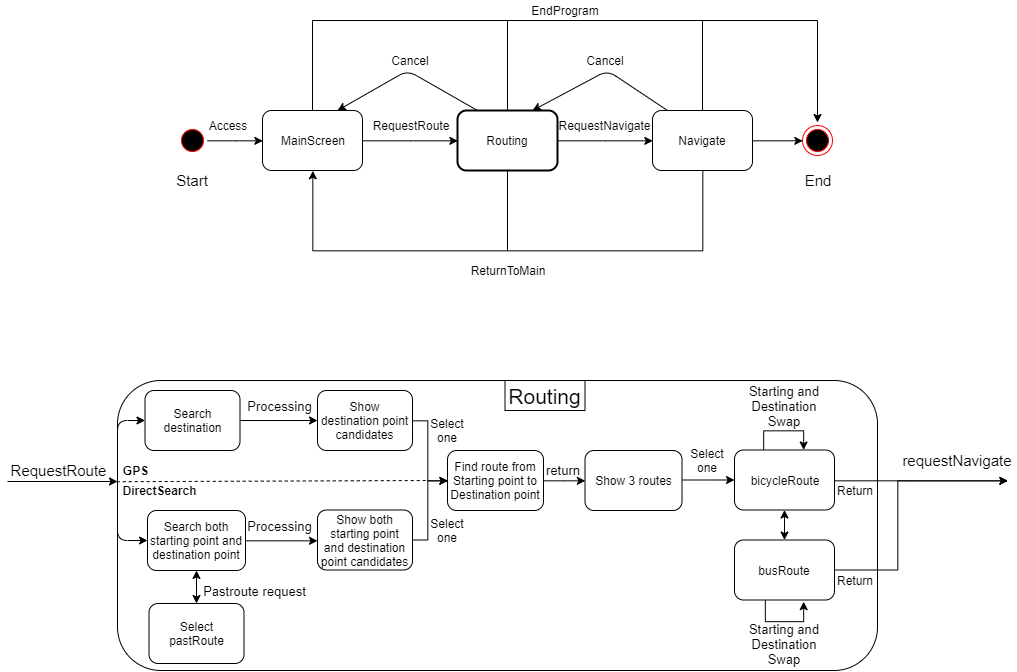
The draw.io diagram 2nd_homework/state_diagram/state_diagram.png in chisacam/CWNU19SE_2B, before a commit. Source tidied: cells renumbered, new cells last; positions are measured from the earlier drawing's top-left corner, leaving out a move shared by most shapes.
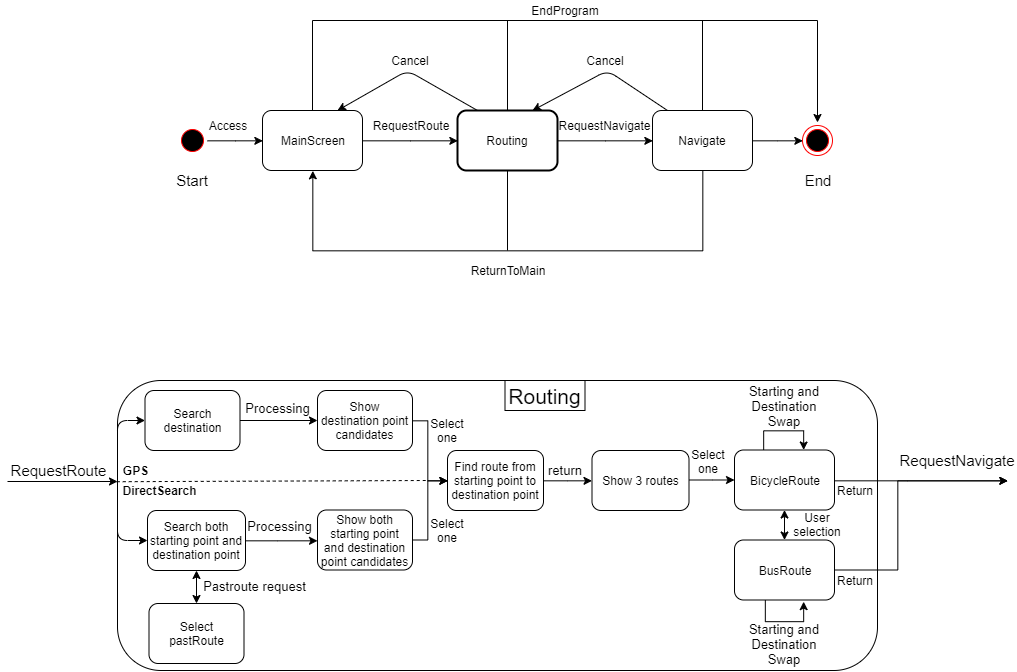
After the commit.

What changed in the source:
```diff
@@ -55,7 +55,7 @@
     <mxCell id="16" style="edgeStyle=orthogonalEdgeStyle;rounded=0;jettySize=auto;html=1;entryX=0;entryY=0.5;entryDx=0;entryDy=0;" parent="1" edge="1" source="17" target="59">
       <mxGeometry relative="1" as="geometry" />
     </mxCell>
-    <mxCell id="17" value="Find route from Starting point to Destination point" style="rounded=1;whiteSpace=wrap;html=1;" parent="1" vertex="1">
+    <mxCell id="17" value="Find route from starting point to destination point" style="rounded=1;whiteSpace=wrap;html=1;" parent="1" vertex="1">
       <mxGeometry x="440" y="450" width="96" height="60" as="geometry" />
     </mxCell>
     <mxCell id="18" style="edgeStyle=orthogonalEdgeStyle;rounded=0;jettySize=auto;html=1;fontSize=12;" parent="1" edge="1" source="19" target="65">
@@ -154,7 +154,7 @@
         </Array>
       </mxGeometry>
     </mxCell>
-    <mxCell id="37" value="bicycleRoute" style="rounded=1;whiteSpace=wrap;html=1;" parent="1" vertex="1">
+    <mxCell id="37" value="BicycleRoute" style="rounded=1;whiteSpace=wrap;html=1;" parent="1" vertex="1">
       <mxGeometry x="727" y="449.5" width="100" height="60" as="geometry" />
     </mxCell>
     <mxCell id="38" style="edgeStyle=orthogonalEdgeStyle;rounded=0;jettySize=auto;html=1;fontSize=15;exitX=1;exitY=0.5;exitDx=0;exitDy=0;" parent="1" edge="1" source="39">
@@ -166,16 +166,16 @@
         </Array>
       </mxGeometry>
     </mxCell>
-    <mxCell id="39" value="busRoute" style="rounded=1;whiteSpace=wrap;html=1;" parent="1" vertex="1">
+    <mxCell id="39" value="BusRoute" style="rounded=1;whiteSpace=wrap;html=1;" parent="1" vertex="1">
       <mxGeometry x="727" y="539.5" width="100" height="60" as="geometry" />
     </mxCell>
     <mxCell id="40" style="endArrow=classic;startArrow=classic;html=1;fontSize=15;entryX=0.5;entryY=1;entryDx=0;entryDy=0;exitX=0.5;exitY=0;exitDx=0;exitDy=0;" parent="1" edge="1" source="39" target="37">
       <mxGeometry relative="1" as="geometry" />
     </mxCell>
     <mxCell id="41" value="Select one" style="text;html=1;strokeColor=none;fillColor=none;align=center;verticalAlign=middle;whiteSpace=wrap;rounded=0;fontSize=12;direction=south;" parent="1" vertex="1">
-      <mxGeometry x="690" y="440" width="20" height="40" as="geometry" />
+      <mxGeometry x="691" y="441" width="20" height="40" as="geometry" />
     </mxCell>
-    <mxCell id="42" value="requestNavigate" style="text;html=1;strokeColor=none;fillColor=none;align=center;verticalAlign=middle;whiteSpace=wrap;rounded=0;fontSize=15;" parent="1" vertex="1">
+    <mxCell id="42" value="RequestNavigate" style="text;html=1;strokeColor=none;fillColor=none;align=center;verticalAlign=middle;whiteSpace=wrap;rounded=0;fontSize=15;" parent="1" vertex="1">
       <mxGeometry x="930" y="449.5" width="40" height="20" as="geometry" />
     </mxCell>
     <mxCell id="43" value="RequestRoute" style="text;html=1;strokeColor=none;fillColor=none;align=center;verticalAlign=middle;whiteSpace=wrap;rounded=0;fontSize=15;" parent="1" vertex="1">
@@ -200,10 +200,10 @@
       <mxGeometry x="420" y="420" width="40" height="20" as="geometry" />
     </mxCell>
     <mxCell id="50" value="return&lt;span style=&quot;font-family: &amp;#34;helvetica&amp;#34; , &amp;#34;arial&amp;#34; , sans-serif ; font-size: 0px ; white-space: nowrap&quot;&gt;%3CmxGraphModel%3E%3Croot%3E%3CmxCell%20id%3D%220%22%2F%3E%3CmxCell%20id%3D%221%22%20parent%3D%220%22%2F%3E%3CmxCell%20id%3D%222%22%20value%3D%22selectDstn()%22%20style%3D%22rounded%3D1%3BwhiteSpace%3Dwrap%3Bhtml%3D1%3B%22%20vertex%3D%221%22%20parent%3D%221%22%3E%3CmxGeometry%20x%3D%22160%22%20y%3D%22669.5%22%20width%3D%22100%22%20height%3D%2260%22%20as%3D%22geometry%22%2F%3E%3C%2FmxCell%3E%3C%2Froot%3E%3C%2FmxGraphModel%3E&lt;/span&gt;" style="text;html=1;strokeColor=none;fillColor=none;align=center;verticalAlign=middle;whiteSpace=wrap;rounded=0;fontSize=13;" parent="1" vertex="1">
-      <mxGeometry x="536" y="459.5" width="40" height="20" as="geometry" />
+      <mxGeometry x="538" y="459.5" width="40" height="20" as="geometry" />
     </mxCell>
     <mxCell id="51" value="Pastroute request" style="text;html=1;strokeColor=none;fillColor=none;align=center;verticalAlign=middle;whiteSpace=wrap;rounded=0;fontSize=13;" parent="1" vertex="1">
-      <mxGeometry x="185" y="580" width="125" height="20" as="geometry" />
+      <mxGeometry x="185" y="575" width="125" height="20" as="geometry" />
     </mxCell>
     <mxCell id="52" style="endArrow=classic;html=1;entryX=0.75;entryY=0;entryDx=0;entryDy=0;" parent="1" edge="1" target="6">
       <mxGeometry relative="1" as="geometry">
@@ -247,7 +247,7 @@
       </mxGeometry>
     </mxCell>
     <mxCell id="59" value="Show 3 routes" style="rounded=1;whiteSpace=wrap;html=1;" parent="1" vertex="1">
-      <mxGeometry x="577.5" y="450" width="97" height="60" as="geometry" />
+      <mxGeometry x="584.5" y="450" width="97" height="60" as="geometry" />
     </mxCell>
     <mxCell id="60" value="Return" style="text;html=1;strokeColor=none;fillColor=none;align=center;verticalAlign=middle;whiteSpace=wrap;rounded=0;" parent="1" vertex="1">
       <mxGeometry x="827" y="480" width="40" height="20" as="geometry" />
@@ -290,7 +290,7 @@
       <mxGeometry x="210" y="515" width="125" height="20" as="geometry" />
     </mxCell>
     <mxCell id="70" value="Processing" style="text;html=1;strokeColor=none;fillColor=none;align=center;verticalAlign=middle;whiteSpace=wrap;rounded=0;fontSize=13;" parent="1" vertex="1">
-      <mxGeometry x="210" y="395" width="125" height="20" as="geometry" />
+      <mxGeometry x="208" y="397" width="125" height="20" as="geometry" />
     </mxCell>
     <mxCell id="71" style="endArrow=classic;html=1;fontSize=12;entryX=0;entryY=0.5;entryDx=0;entryDy=0;" parent="1" edge="1" target="15">
       <mxGeometry relative="1" as="geometry">
@@ -300,5 +300,8 @@
         </Array>
       </mxGeometry>
     </mxCell>
+    <mxCell id="72" value="User selection" style="text;html=1;strokeColor=none;fillColor=none;align=center;verticalAlign=middle;whiteSpace=wrap;rounded=0;fontSize=12;direction=south;" parent="1" vertex="1">
+      <mxGeometry x="790" y="504" width="40" height="40" as="geometry" />
+    </mxCell>
   </root>
 </mxGraphModel>
```
